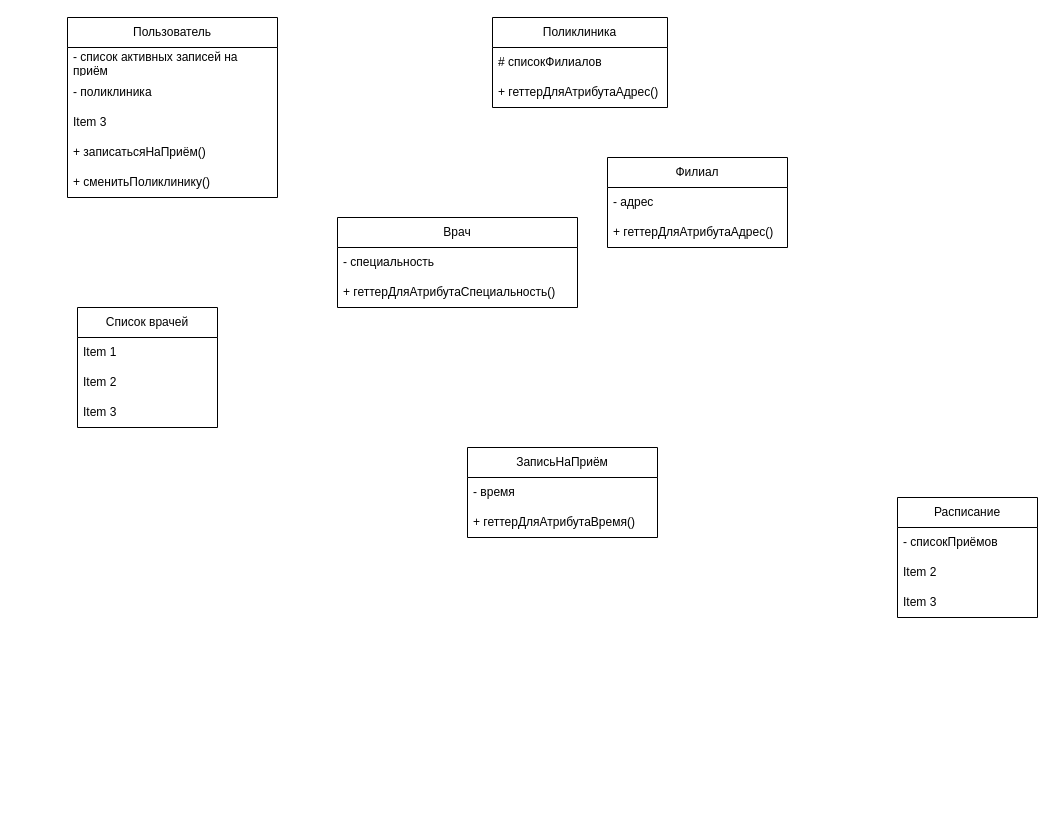
v-tempe/draw.io keeps this draw.io diagram as acms5.drawio. Above is the earlier version. Source tidied: cells renumbered, new cells numbered last; positions are measured from the earlier drawing's top-left corner, leaving out a move shared by most shapes. Both pictures are drawn from the tidied source at 100%, with x=0, y=0 at pixel (67, 17).
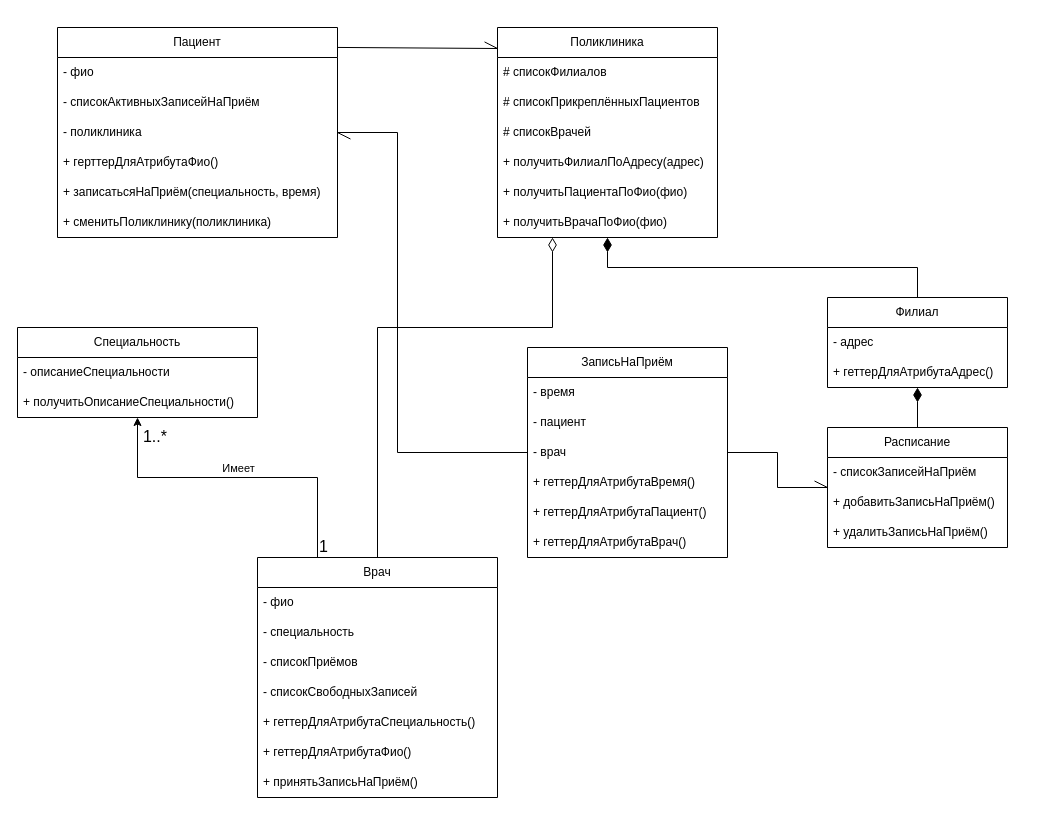
The same diagram, later.

What changed in the source:
```diff
@@
     <mxCell id="2" value="Врач" style="swimlane;fontStyle=0;horizontal=1;startSize=30;whiteSpace=wrap;html=1;" parent="1" vertex="1">
-      <mxGeometry x="270" y="200" width="240" height="90" as="geometry" />
+      <mxGeometry x="190" y="540" width="240" height="240" as="geometry" />
     </mxCell>
+    <mxCell id="28" value="- фио" style="text;strokeColor=none;fillColor=none;align=left;verticalAlign=middle;spacingLeft=4;spacingRight=4;overflow=hidden;whiteSpace=wrap;html=1;" parent="2" vertex="1">
+      <mxGeometry y="30" width="240" height="30" as="geometry" />
+    </mxCell>
     <mxCell id="3" value="- специальность" style="text;strokeColor=none;fillColor=none;align=left;verticalAlign=middle;spacingLeft=4;spacingRight=4;overflow=hidden;whiteSpace=wrap;html=1;" parent="2" vertex="1">
-      <mxGeometry y="30" width="240" height="30" as="geometry" />
+      <mxGeometry y="60" width="240" height="30" as="geometry" />
     </mxCell>
+    <mxCell id="29" value="- списокПриёмов" style="text;strokeColor=none;fillColor=none;align=left;verticalAlign=middle;spacingLeft=4;spacingRight=4;overflow=hidden;whiteSpace=wrap;html=1;" parent="2" vertex="1">
+      <mxGeometry y="90" width="240" height="30" as="geometry" />
+    </mxCell>
+    <mxCell id="30" value="- списокСвободныхЗаписей" style="text;strokeColor=none;fillColor=none;align=left;verticalAlign=middle;spacingLeft=4;spacingRight=4;overflow=hidden;whiteSpace=wrap;html=1;" parent="2" vertex="1">
+      <mxGeometry y="120" width="240" height="30" as="geometry" />
+    </mxCell>
     <mxCell id="4" value="+ геттерДляАтрибутаСпециальность()" style="text;strokeColor=none;fillColor=none;align=left;verticalAlign=middle;spacingLeft=4;spacingRight=4;overflow=hidden;whiteSpace=wrap;html=1;" parent="2" vertex="1">
-      <mxGeometry y="60" width="240" height="30" as="geometry" />
+      <mxGeometry y="150" width="240" height="30" as="geometry" />
     </mxCell>
+    <mxCell id="31" value="+ геттерДляАтрибутаФио()" style="text;strokeColor=none;fillColor=none;align=left;verticalAlign=middle;spacingLeft=4;spacingRight=4;overflow=hidden;whiteSpace=wrap;html=1;" parent="2" vertex="1">
+      <mxGeometry y="180" width="240" height="30" as="geometry" />
+    </mxCell>
+    <mxCell id="32" value="+ принятьЗаписьНаПриём()" style="text;strokeColor=none;fillColor=none;align=left;verticalAlign=middle;spacingLeft=4;spacingRight=4;overflow=hidden;whiteSpace=wrap;html=1;" parent="2" vertex="1">
+      <mxGeometry y="210" width="240" height="30" as="geometry" />
+    </mxCell>
     <mxCell id="5" value="Расписание" style="swimlane;fontStyle=0;horizontal=1;startSize=30;whiteSpace=wrap;html=1;" parent="1" vertex="1">
-      <mxGeometry x="830" y="480" width="140" height="120" as="geometry" />
+      <mxGeometry x="760" y="410" width="180" height="120" as="geometry" />
     </mxCell>
-    <mxCell id="6" value="- списокПриёмов" style="text;strokeColor=none;fillColor=none;align=left;verticalAlign=middle;spacingLeft=4;spacingRight=4;overflow=hidden;whiteSpace=wrap;html=1;" parent="5" vertex="1">
-      <mxGeometry y="30" width="140" height="30" as="geometry" />
+    <mxCell id="6" value="- списокЗаписейНаПриём" style="text;strokeColor=none;fillColor=none;align=left;verticalAlign=middle;spacingLeft=4;spacingRight=4;overflow=hidden;whiteSpace=wrap;html=1;" parent="5" vertex="1">
+      <mxGeometry y="30" width="180" height="30" as="geometry" />
     </mxCell>
-    <mxCell id="7" value="Item 2" style="text;strokeColor=none;fillColor=none;align=left;verticalAlign=middle;spacingLeft=4;spacingRight=4;overflow=hidden;whiteSpace=wrap;html=1;" parent="5" vertex="1">
-      <mxGeometry y="60" width="140" height="30" as="geometry" />
+    <mxCell id="7" value="+ добавитьЗаписьНаПриём()" style="text;strokeColor=none;fillColor=none;align=left;verticalAlign=middle;spacingLeft=4;spacingRight=4;overflow=hidden;whiteSpace=wrap;html=1;" parent="5" vertex="1">
+      <mxGeometry y="60" width="180" height="30" as="geometry" />
     </mxCell>
-    <mxCell id="8" value="Item 3" style="text;strokeColor=none;fillColor=none;align=left;verticalAlign=middle;spacingLeft=4;spacingRight=4;overflow=hidden;whiteSpace=wrap;html=1;" parent="5" vertex="1">
-      <mxGeometry y="90" width="140" height="30" as="geometry" />
+    <mxCell id="8" value="+ удалитьЗаписьНаПриём()" style="text;strokeColor=none;fillColor=none;align=left;verticalAlign=middle;spacingLeft=4;spacingRight=4;overflow=hidden;whiteSpace=wrap;html=1;" parent="5" vertex="1">
+      <mxGeometry y="90" width="180" height="30" as="geometry" />
     </mxCell>
-    <mxCell id="9" value="Пользователь" style="swimlane;fontStyle=0;horizontal=1;startSize=30;whiteSpace=wrap;html=1;" parent="1" vertex="1">
-      <mxGeometry width="210" height="180" as="geometry" />
+    <mxCell id="9" value="Пациент" style="swimlane;fontStyle=0;horizontal=1;startSize=30;whiteSpace=wrap;html=1;" parent="1" vertex="1">
+      <mxGeometry x="-10" y="10" width="280" height="210" as="geometry" />
     </mxCell>
+    <mxCell id="33" value="- фио" style="text;strokeColor=none;fillColor=none;align=left;verticalAlign=middle;spacingLeft=4;spacingRight=4;overflow=hidden;whiteSpace=wrap;html=1;" parent="9" vertex="1">
+      <mxGeometry y="30" width="280" height="30" as="geometry" />
+    </mxCell>
-    <mxCell id="10" value="- список активных записей на приём" style="text;strokeColor=none;fillColor=none;align=left;verticalAlign=middle;spacingLeft=4;spacingRight=4;overflow=hidden;whiteSpace=wrap;html=1;" parent="9" vertex="1">
-      <mxGeometry y="30" width="210" height="30" as="geometry" />
+    <mxCell id="10" value="- списокАктивныхЗаписейНаПриём" style="text;strokeColor=none;fillColor=none;align=left;verticalAlign=middle;spacingLeft=4;spacingRight=4;overflow=hidden;whiteSpace=wrap;html=1;" parent="9" vertex="1">
+      <mxGeometry y="60" width="280" height="30" as="geometry" />
     </mxCell>
     <mxCell id="11" value="- поликлиника" style="text;strokeColor=none;fillColor=none;align=left;verticalAlign=middle;spacingLeft=4;spacingRight=4;overflow=hidden;whiteSpace=wrap;html=1;" parent="9" vertex="1">
-      <mxGeometry y="60" width="210" height="30" as="geometry" />
+      <mxGeometry y="90" width="280" height="30" as="geometry" />
     </mxCell>
-    <mxCell id="12" value="Item 3" style="text;strokeColor=none;fillColor=none;align=left;verticalAlign=middle;spacingLeft=4;spacingRight=4;overflow=hidden;whiteSpace=wrap;html=1;" parent="9" vertex="1">
-      <mxGeometry y="90" width="210" height="30" as="geometry" />
-    </mxCell>
+    <mxCell id="34" value="+ герттерДляАтрибутаФио()" style="text;strokeColor=none;fillColor=none;align=left;verticalAlign=middle;spacingLeft=4;spacingRight=4;overflow=hidden;whiteSpace=wrap;html=1;" parent="9" vertex="1">
+      <mxGeometry y="120" width="280" height="30" as="geometry" />
+    </mxCell>
-    <mxCell id="13" value="+ записатьсяНаПриём()" style="text;strokeColor=none;fillColor=none;align=left;verticalAlign=middle;spacingLeft=4;spacingRight=4;overflow=hidden;whiteSpace=wrap;html=1;" parent="9" vertex="1">
-      <mxGeometry y="120" width="210" height="30" as="geometry" />
+    <mxCell id="13" value="+ записатьсяНаПриём(специальность, время)" style="text;strokeColor=none;fillColor=none;align=left;verticalAlign=middle;spacingLeft=4;spacingRight=4;overflow=hidden;whiteSpace=wrap;html=1;" parent="9" vertex="1">
+      <mxGeometry y="150" width="280" height="30" as="geometry" />
     </mxCell>
-    <mxCell id="14" value="+ сменитьПоликлинику()" style="text;strokeColor=none;fillColor=none;align=left;verticalAlign=middle;spacingLeft=4;spacingRight=4;overflow=hidden;whiteSpace=wrap;html=1;" parent="9" vertex="1">
-      <mxGeometry y="150" width="210" height="30" as="geometry" />
+    <mxCell id="14" value="&lt;div&gt;+ сменитьПоликлинику(поликлиника)&lt;/div&gt;" style="text;strokeColor=none;fillColor=none;align=left;verticalAlign=middle;spacingLeft=4;spacingRight=4;overflow=hidden;whiteSpace=wrap;html=1;" parent="9" vertex="1">
+      <mxGeometry y="180" width="280" height="30" as="geometry" />
     </mxCell>
-    <mxCell id="15" value="Список врачей" style="swimlane;fontStyle=0;horizontal=1;startSize=30;whiteSpace=wrap;html=1;" parent="1" vertex="1">
-      <mxGeometry x="10" y="290" width="140" height="120" as="geometry" />
-    </mxCell>
-    <mxCell id="16" value="Item 1" style="text;strokeColor=none;fillColor=none;align=left;verticalAlign=middle;spacingLeft=4;spacingRight=4;overflow=hidden;whiteSpace=wrap;html=1;" parent="15" vertex="1">
-      <mxGeometry y="30" width="140" height="30" as="geometry" />
-    </mxCell>
-    <mxCell id="17" value="Item 2" style="text;strokeColor=none;fillColor=none;align=left;verticalAlign=middle;spacingLeft=4;spacingRight=4;overflow=hidden;whiteSpace=wrap;html=1;" parent="15" vertex="1">
-      <mxGeometry y="60" width="140" height="30" as="geometry" />
-    </mxCell>
-    <mxCell id="18" value="Item 3" style="text;strokeColor=none;fillColor=none;align=left;verticalAlign=middle;spacingLeft=4;spacingRight=4;overflow=hidden;whiteSpace=wrap;html=1;" parent="15" vertex="1">
-      <mxGeometry y="90" width="140" height="30" as="geometry" />
-    </mxCell>
     <mxCell id="19" value="ЗаписьНаПриём" style="swimlane;fontStyle=0;horizontal=1;startSize=30;whiteSpace=wrap;html=1;" parent="1" vertex="1">
-      <mxGeometry x="400" y="430" width="190" height="90" as="geometry" />
+      <mxGeometry x="460" y="330" width="200" height="210" as="geometry" />
     </mxCell>
     <mxCell id="20" value="- время" style="text;strokeColor=none;fillColor=none;align=left;verticalAlign=middle;spacingLeft=4;spacingRight=4;overflow=hidden;whiteSpace=wrap;html=1;" parent="19" vertex="1">
-      <mxGeometry y="30" width="190" height="30" as="geometry" />
+      <mxGeometry y="30" width="200" height="30" as="geometry" />
     </mxCell>
+    <mxCell id="35" value="- пациент" style="text;strokeColor=none;fillColor=none;align=left;verticalAlign=middle;spacingLeft=4;spacingRight=4;overflow=hidden;whiteSpace=wrap;html=1;" parent="19" vertex="1">
+      <mxGeometry y="60" width="200" height="30" as="geometry" />
+    </mxCell>
+    <mxCell id="36" value="- врач" style="text;strokeColor=none;fillColor=none;align=left;verticalAlign=middle;spacingLeft=4;spacingRight=4;overflow=hidden;whiteSpace=wrap;html=1;" parent="19" vertex="1">
+      <mxGeometry y="90" width="200" height="30" as="geometry" />
+    </mxCell>
     <mxCell id="21" value="+ геттерДляАтрибутаВремя()" style="text;strokeColor=none;fillColor=none;align=left;verticalAlign=middle;spacingLeft=4;spacingRight=4;overflow=hidden;whiteSpace=wrap;html=1;" parent="19" vertex="1">
-      <mxGeometry y="60" width="190" height="30" as="geometry" />
+      <mxGeometry y="120" width="200" height="30" as="geometry" />
     </mxCell>
+    <mxCell id="37" value="+ геттерДляАтрибутаПациент()" style="text;strokeColor=none;fillColor=none;align=left;verticalAlign=middle;spacingLeft=4;spacingRight=4;overflow=hidden;whiteSpace=wrap;html=1;" parent="19" vertex="1">
+      <mxGeometry y="150" width="200" height="30" as="geometry" />
+    </mxCell>
+    <mxCell id="38" value="+ геттерДляАтрибутаВрач()" style="text;strokeColor=none;fillColor=none;align=left;verticalAlign=middle;spacingLeft=4;spacingRight=4;overflow=hidden;whiteSpace=wrap;html=1;" parent="19" vertex="1">
+      <mxGeometry y="180" width="200" height="30" as="geometry" />
+    </mxCell>
     <mxCell id="22" value="Поликлиника" style="swimlane;fontStyle=0;horizontal=1;startSize=30;whiteSpace=wrap;html=1;" parent="1" vertex="1">
-      <mxGeometry x="425" width="175" height="90" as="geometry" />
+      <mxGeometry x="430" y="10" width="220" height="210" as="geometry" />
     </mxCell>
     <mxCell id="23" value="# списокФилиалов" style="text;strokeColor=none;fillColor=none;align=left;verticalAlign=middle;spacingLeft=4;spacingRight=4;overflow=hidden;whiteSpace=wrap;html=1;" parent="22" vertex="1">
-      <mxGeometry y="30" width="175" height="30" as="geometry" />
+      <mxGeometry y="30" width="220" height="30" as="geometry" />
     </mxCell>
-    <mxCell id="24" value="+ геттерДляАтрибутаАдрес()" style="text;strokeColor=none;fillColor=none;align=left;verticalAlign=middle;spacingLeft=4;spacingRight=4;overflow=hidden;whiteSpace=wrap;html=1;" parent="22" vertex="1">
-      <mxGeometry y="60" width="175" height="30" as="geometry" />
-    </mxCell>
+    <mxCell id="39" value="# списокПрикреплённыхПациентов" style="text;strokeColor=none;fillColor=none;align=left;verticalAlign=middle;spacingLeft=4;spacingRight=4;overflow=hidden;whiteSpace=wrap;html=1;" parent="22" vertex="1">
+      <mxGeometry y="60" width="220" height="30" as="geometry" />
+    </mxCell>
+    <mxCell id="40" value="# списокВрачей" style="text;strokeColor=none;fillColor=none;align=left;verticalAlign=middle;spacingLeft=4;spacingRight=4;overflow=hidden;whiteSpace=wrap;html=1;" parent="22" vertex="1">
+      <mxGeometry y="90" width="220" height="30" as="geometry" />
+    </mxCell>
+    <mxCell id="41" value="+ получитьФилиалПоАдресу(адрес)" style="text;strokeColor=none;fillColor=none;align=left;verticalAlign=middle;spacingLeft=4;spacingRight=4;overflow=hidden;whiteSpace=wrap;html=1;" parent="22" vertex="1">
+      <mxGeometry y="120" width="220" height="30" as="geometry" />
+    </mxCell>
+    <mxCell id="42" value="+ получитьПациентаПоФио(фио)" style="text;strokeColor=none;fillColor=none;align=left;verticalAlign=middle;spacingLeft=4;spacingRight=4;overflow=hidden;whiteSpace=wrap;html=1;" parent="22" vertex="1">
+      <mxGeometry y="150" width="220" height="30" as="geometry" />
+    </mxCell>
+    <mxCell id="43" value="+ получитьВрачаПоФио(фио)" style="text;strokeColor=none;fillColor=none;align=left;verticalAlign=middle;spacingLeft=4;spacingRight=4;overflow=hidden;whiteSpace=wrap;html=1;" parent="22" vertex="1">
+      <mxGeometry y="180" width="220" height="30" as="geometry" />
+    </mxCell>
     <mxCell id="25" value="Филиал" style="swimlane;fontStyle=0;horizontal=1;startSize=30;whiteSpace=wrap;html=1;" parent="1" vertex="1">
-      <mxGeometry x="540" y="140" width="180" height="90" as="geometry" />
+      <mxGeometry x="760" y="280" width="180" height="90" as="geometry" />
     </mxCell>
@@
+    <mxCell id="44" style="endArrow=diamondThin;html=1;rounded=0;exitX=0.5;exitY=0;exitDx=0;exitDy=0;entryX=0.5;entryY=1;entryDx=0;entryDy=0;endFill=1;startSize=6;endSize=12;" parent="1" edge="1" source="25" target="22">
+      <mxGeometry relative="1" as="geometry">
+        <Array as="points">
+          <mxPoint x="850" y="250" />
+          <mxPoint x="540" y="250" />
+        </Array>
+      </mxGeometry>
+    </mxCell>
+    <mxCell id="45" style="endArrow=diamondThin;html=1;rounded=0;exitX=0.5;exitY=0;exitDx=0;exitDy=0;entryX=0.5;entryY=1;entryDx=0;entryDy=0;endFill=1;endSize=12;" parent="1" edge="1" source="5" target="25">
+      <mxGeometry relative="1" as="geometry" />
+    </mxCell>
+    <mxCell id="46" style="endArrow=diamondThin;html=1;rounded=0;exitX=0.5;exitY=0;exitDx=0;exitDy=0;entryX=0.25;entryY=1;entryDx=0;entryDy=0;endFill=0;endSize=12;" parent="1" edge="1" source="2" target="22">
+      <mxGeometry relative="1" as="geometry">
+        <Array as="points">
+          <mxPoint x="310" y="310" />
+          <mxPoint x="485" y="310" />
+        </Array>
+      </mxGeometry>
+    </mxCell>
+    <mxCell id="47" value="Специальность" style="swimlane;fontStyle=0;horizontal=1;startSize=30;whiteSpace=wrap;html=1;" parent="1" vertex="1">
+      <mxGeometry x="-50" y="310" width="240" height="90" as="geometry" />
+    </mxCell>
+    <mxCell id="48" value="- описаниеСпециальности" style="text;strokeColor=none;fillColor=none;align=left;verticalAlign=middle;spacingLeft=4;spacingRight=4;overflow=hidden;whiteSpace=wrap;html=1;" parent="47" vertex="1">
+      <mxGeometry y="30" width="240" height="30" as="geometry" />
+    </mxCell>
+    <mxCell id="49" value="+ получитьОписаниеСпециальности()" style="text;strokeColor=none;fillColor=none;align=left;verticalAlign=middle;spacingLeft=4;spacingRight=4;overflow=hidden;whiteSpace=wrap;html=1;" parent="47" vertex="1">
+      <mxGeometry y="60" width="240" height="30" as="geometry" />
+    </mxCell>
+    <mxCell id="50" style="endArrow=classic;html=1;rounded=0;entryX=0.5;entryY=1;entryDx=0;entryDy=0;exitX=0.25;exitY=0;exitDx=0;exitDy=0;" parent="1" edge="1" source="2" target="47">
+      <mxGeometry relative="1" as="geometry">
+        <Array as="points">
+          <mxPoint x="250" y="460" />
+          <mxPoint x="70" y="460" />
+        </Array>
+      </mxGeometry>
+    </mxCell>
+    <mxCell id="51" value="Имеет" style="edgeLabel;html=1;align=center;verticalAlign=middle;" parent="50" vertex="1">
+      <mxGeometry relative="1" as="geometry">
+        <mxPoint y="-10" as="offset" />
+      </mxGeometry>
+    </mxCell>
+    <mxCell id="52" value="&lt;div&gt;&lt;font style=&quot;font-size: 16px;&quot;&gt;1&lt;/font&gt;&lt;/div&gt;" style="edgeLabel;html=1;align=left;verticalAlign=bottom;" parent="50" vertex="1">
+      <mxGeometry x="-1" relative="1" as="geometry" />
+    </mxCell>
+    <mxCell id="53" value="&lt;font style=&quot;font-size: 16px;&quot;&gt;1..&lt;font&gt;*&lt;/font&gt;&lt;/font&gt;" style="edgeLabel;html=1;align=right;verticalAlign=bottom;" parent="50" vertex="1">
+      <mxGeometry x="1" relative="1" as="geometry">
+        <mxPoint x="30" y="30" as="offset" />
+      </mxGeometry>
+    </mxCell>
+    <mxCell id="54" style="endArrow=openAsync;html=1;rounded=0;exitX=1;exitY=0.5;exitDx=0;exitDy=0;entryX=0;entryY=0.5;entryDx=0;entryDy=0;endFill=0;endSize=12;" parent="1" edge="1" source="19" target="5">
+      <mxGeometry relative="1" as="geometry">
+        <Array as="points">
+          <mxPoint x="710" y="435" />
+          <mxPoint x="710" y="470" />
+        </Array>
+      </mxGeometry>
+    </mxCell>
+    <mxCell id="55" style="endArrow=openAsync;html=1;rounded=0;exitX=0;exitY=0.5;exitDx=0;exitDy=0;entryX=1;entryY=0.5;entryDx=0;entryDy=0;endFill=0;endSize=12;" parent="1" edge="1" source="19" target="9">
+      <mxGeometry relative="1" as="geometry">
+        <Array as="points">
+          <mxPoint x="330" y="435" />
+          <mxPoint x="330" y="115" />
+        </Array>
+      </mxGeometry>
+    </mxCell>
+    <mxCell id="56" style="endArrow=openAsync;html=1;rounded=0;exitX=1;exitY=0.095;exitDx=0;exitDy=0;exitPerimeter=0;entryX=0;entryY=0.1;entryDx=0;entryDy=0;entryPerimeter=0;endSize=12;endFill=0;" parent="1" edge="1" source="9" target="22">
+      <mxGeometry relative="1" as="geometry" />
+    </mxCell>
```
